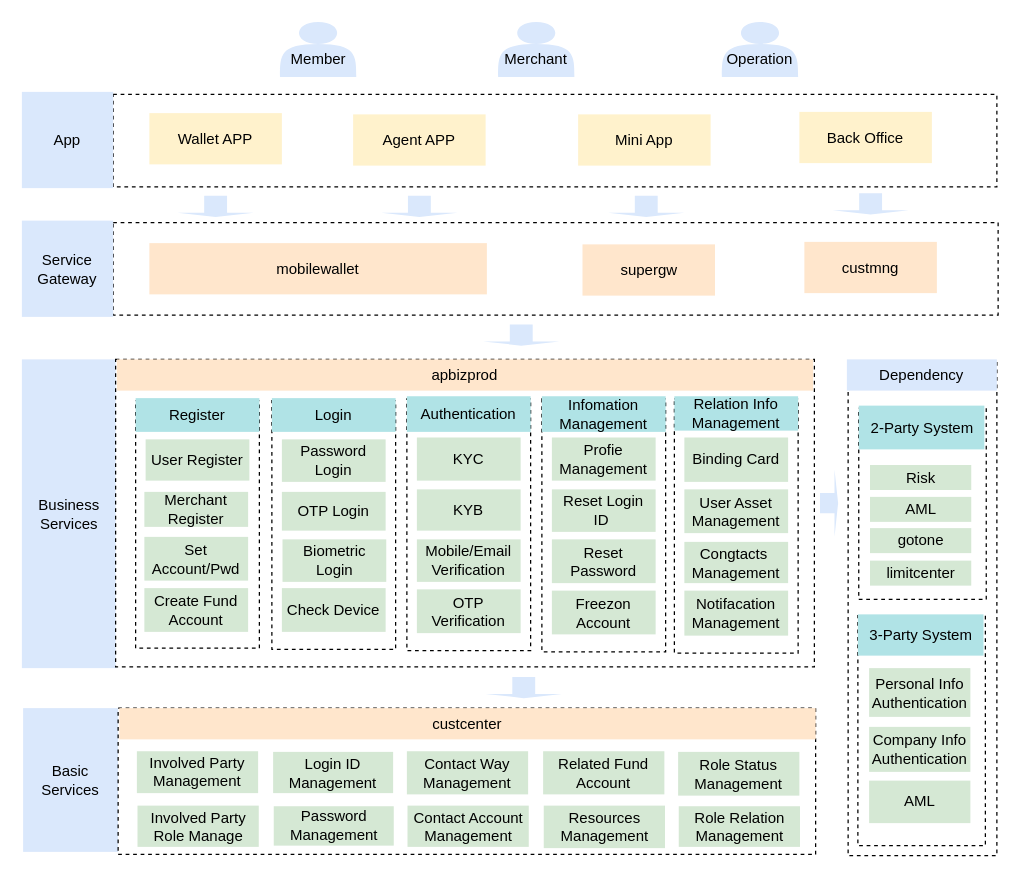
Above: page "架构-英文" (3 of 18) of 会员账户.drawio in renqiuming/drawio (draw.io), before the change. Source tidied: cells renumbered, new cells numbered last; positions are measured from the earlier drawing's top-left corner, leaving out a move shared by most shapes. Both pictures are drawn from the tidied source at 125%, with x=0, y=0 at pixel (21, 21).
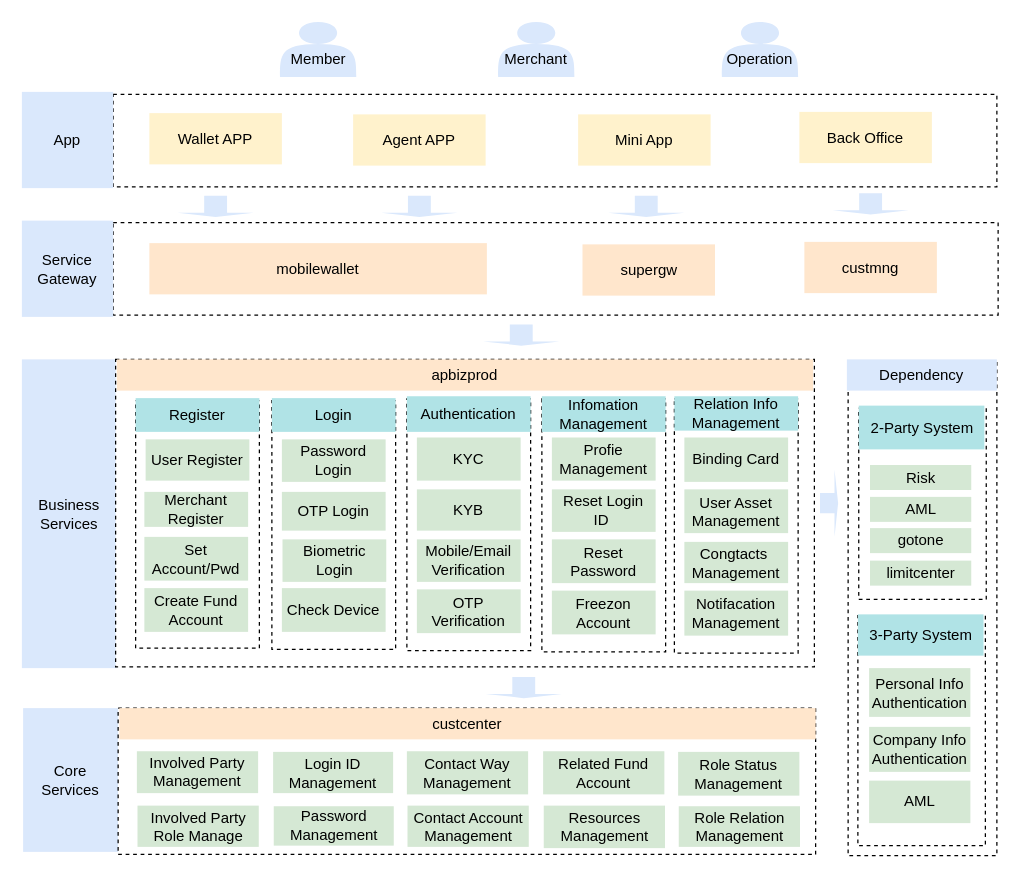
The same diagram, later.

The edit, as a diff of the source:
```diff
@@
-    <mxCell id="18" value="Basic&lt;br&gt;Services" style="rounded=0;whiteSpace=wrap;html=1;fillColor=#dae8fc;strokeColor=none;" parent="1" vertex="1">
+    <mxCell id="18" value="Core&lt;br&gt;Services" style="rounded=0;whiteSpace=wrap;html=1;fillColor=#dae8fc;strokeColor=none;" parent="1" vertex="1">
       <mxGeometry x="1" y="549" width="76" height="115" as="geometry" />
     </mxCell>
```
